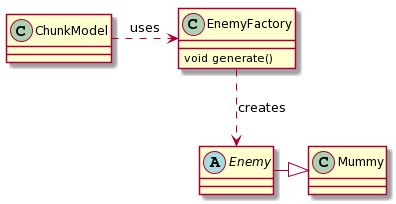
Before: docs/umls/factoryEnemy.png, a diagram exported from PlantUML (rafaelribeiro1510/ASCIIValley).
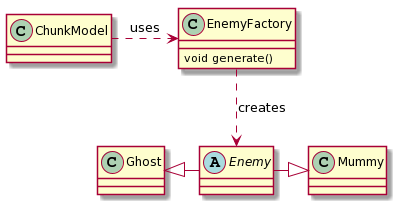
The same file after the commit.

What changed in the source:
```diff
@@ -9,10 +9,14 @@
 class Mummy{
 }
 
+class Ghost{
+}
+
 class ChunkModel{
 }
 
 ChunkModel .> EnemyFactory : uses
 EnemyFactory ..> Enemy : creates
 Enemy -|> Mummy
+Ghost <|- Enemy
 @enduml
```
